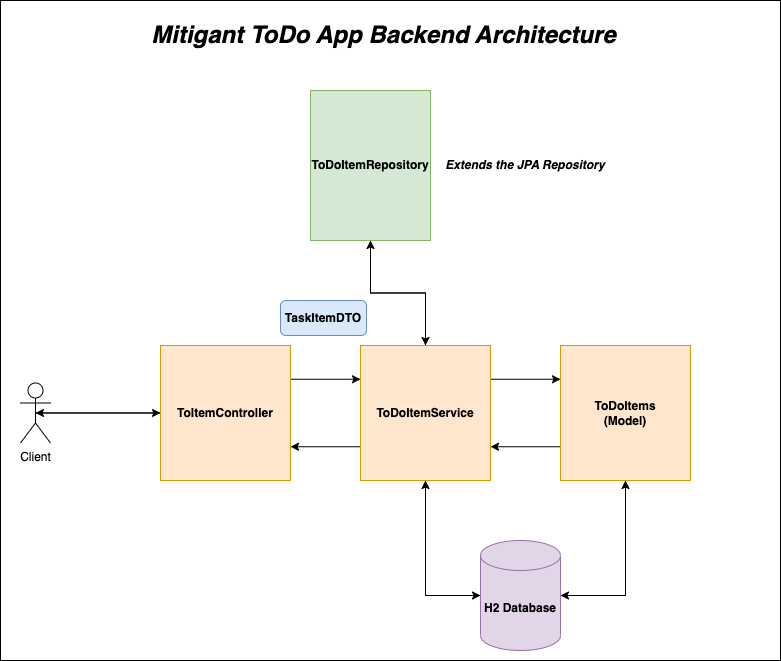
This is architecture.png from shivudu1994/simple-todo-app, a draw.io export, as it was before one commit. Source tidied: cells renumbered, new cells last; positions are measured from the earlier drawing's top-left corner, leaving out a move shared by most shapes. Source of this version:
```xml
<mxGraphModel>
  <root>
    <mxCell id="0" />
    <mxCell id="1" parent="0" />
    <mxCell id="2" style="rounded=0;whiteSpace=wrap;html=1;" parent="1" vertex="1">
      <mxGeometry width="780" height="660" as="geometry" />
    </mxCell>
    <mxCell id="3" style="edgeStyle=orthogonalEdgeStyle;rounded=0;jettySize=auto;html=1;exitX=0.5;exitY=0.5;exitDx=0;exitDy=0;exitPerimeter=0;entryX=0;entryY=0.5;entryDx=0;entryDy=0;" parent="1" edge="1" source="4" target="7">
      <mxGeometry relative="1" as="geometry" />
    </mxCell>
    <mxCell id="4" value="Client" style="shape=umlActor;verticalLabelPosition=bottom;verticalAlign=top;html=1;outlineConnect=0;" parent="1" vertex="1">
      <mxGeometry x="20" y="382.5" width="30" height="60" as="geometry" />
    </mxCell>
    <mxCell id="5" style="edgeStyle=orthogonalEdgeStyle;rounded=0;jettySize=auto;html=1;exitX=1;exitY=0.25;exitDx=0;exitDy=0;entryX=0;entryY=0.25;entryDx=0;entryDy=0;" parent="1" edge="1" source="7" target="12">
      <mxGeometry relative="1" as="geometry" />
    </mxCell>
    <mxCell id="6" style="edgeStyle=orthogonalEdgeStyle;rounded=0;jettySize=auto;html=1;exitX=0;exitY=0.5;exitDx=0;exitDy=0;entryX=0.5;entryY=0.5;entryDx=0;entryDy=0;entryPerimeter=0;" parent="1" edge="1" source="7" target="4">
      <mxGeometry relative="1" as="geometry" />
    </mxCell>
    <mxCell id="7" value="&lt;b&gt;ToItemController&lt;/b&gt;" style="rounded=0;whiteSpace=wrap;html=1;fillColor=#ffe6cc;strokeColor=#d79b00;" parent="1" vertex="1">
      <mxGeometry x="160" y="345" width="130" height="135" as="geometry" />
    </mxCell>
    <mxCell id="8" style="edgeStyle=orthogonalEdgeStyle;rounded=0;jettySize=auto;html=1;exitX=0.5;exitY=1;exitDx=0;exitDy=0;entryX=0;entryY=0.5;entryDx=0;entryDy=0;entryPerimeter=0;" parent="1" edge="1" source="12" target="18">
      <mxGeometry relative="1" as="geometry" />
    </mxCell>
    <mxCell id="9" style="edgeStyle=orthogonalEdgeStyle;rounded=0;jettySize=auto;html=1;exitX=1;exitY=0.25;exitDx=0;exitDy=0;entryX=0;entryY=0.25;entryDx=0;entryDy=0;" parent="1" edge="1" source="12" target="15">
      <mxGeometry relative="1" as="geometry" />
    </mxCell>
    <mxCell id="10" style="edgeStyle=orthogonalEdgeStyle;rounded=0;jettySize=auto;html=1;exitX=0;exitY=0.75;exitDx=0;exitDy=0;entryX=1;entryY=0.75;entryDx=0;entryDy=0;" parent="1" edge="1" source="12" target="7">
      <mxGeometry relative="1" as="geometry" />
    </mxCell>
    <mxCell id="11" style="edgeStyle=orthogonalEdgeStyle;rounded=0;jettySize=auto;html=1;exitX=0.5;exitY=0;exitDx=0;exitDy=0;entryX=0.5;entryY=1;entryDx=0;entryDy=0;" parent="1" edge="1" source="12" target="20">
      <mxGeometry relative="1" as="geometry" />
    </mxCell>
    <mxCell id="12" value="&lt;b&gt;ToDoItemService&lt;/b&gt;" style="rounded=0;whiteSpace=wrap;html=1;fillColor=#ffe6cc;strokeColor=#d79b00;" parent="1" vertex="1">
      <mxGeometry x="360" y="345" width="130" height="135" as="geometry" />
    </mxCell>
    <mxCell id="13" style="edgeStyle=orthogonalEdgeStyle;rounded=0;jettySize=auto;html=1;exitX=0.5;exitY=1;exitDx=0;exitDy=0;entryX=1;entryY=0.5;entryDx=0;entryDy=0;entryPerimeter=0;" parent="1" edge="1" source="15" target="18">
      <mxGeometry relative="1" as="geometry" />
    </mxCell>
    <mxCell id="14" style="edgeStyle=orthogonalEdgeStyle;rounded=0;jettySize=auto;html=1;exitX=0;exitY=0.75;exitDx=0;exitDy=0;entryX=1;entryY=0.75;entryDx=0;entryDy=0;" parent="1" edge="1" source="15" target="12">
      <mxGeometry relative="1" as="geometry" />
    </mxCell>
    <mxCell id="15" value="&lt;b&gt;ToDoItems&lt;br&gt;(Model)&lt;/b&gt;" style="rounded=0;whiteSpace=wrap;html=1;fillColor=#ffe6cc;strokeColor=#d79b00;" parent="1" vertex="1">
      <mxGeometry x="560" y="345" width="130" height="135" as="geometry" />
    </mxCell>
    <mxCell id="16" style="edgeStyle=orthogonalEdgeStyle;rounded=0;jettySize=auto;html=1;exitX=1;exitY=0.5;exitDx=0;exitDy=0;exitPerimeter=0;" parent="1" edge="1" source="18" target="15">
      <mxGeometry relative="1" as="geometry" />
    </mxCell>
    <mxCell id="17" style="edgeStyle=orthogonalEdgeStyle;rounded=0;jettySize=auto;html=1;exitX=0;exitY=0.5;exitDx=0;exitDy=0;exitPerimeter=0;entryX=0.5;entryY=1;entryDx=0;entryDy=0;" parent="1" edge="1" source="18" target="12">
      <mxGeometry relative="1" as="geometry" />
    </mxCell>
    <mxCell id="18" value="&lt;b&gt;H2 Database&lt;/b&gt;" style="shape=cylinder3;whiteSpace=wrap;html=1;boundedLbl=1;backgroundOutline=1;size=15;fillColor=#e1d5e7;strokeColor=#9673a6;" parent="1" vertex="1">
      <mxGeometry x="480" y="540" width="80" height="110" as="geometry" />
    </mxCell>
    <mxCell id="19" style="edgeStyle=orthogonalEdgeStyle;rounded=0;jettySize=auto;html=1;exitX=0.5;exitY=1;exitDx=0;exitDy=0;entryX=0.5;entryY=0;entryDx=0;entryDy=0;" parent="1" edge="1" source="20" target="12">
      <mxGeometry relative="1" as="geometry" />
    </mxCell>
    <mxCell id="20" value="&lt;b&gt;ToDoItemRepository&lt;/b&gt;" style="rounded=0;whiteSpace=wrap;html=1;fillColor=#d5e8d4;strokeColor=#82b366;" parent="1" vertex="1">
      <mxGeometry x="310" y="90" width="120" height="150" as="geometry" />
    </mxCell>
    <mxCell id="21" value="&lt;b&gt;TaskItemDTO&lt;/b&gt;" style="rounded=1;whiteSpace=wrap;html=1;fillColor=#dae8fc;strokeColor=#6c8ebf;" parent="1" vertex="1">
      <mxGeometry x="280" y="300" width="86" height="35" as="geometry" />
    </mxCell>
    <mxCell id="22" value="&lt;b&gt;&lt;i&gt;Extends the JPA Repository&lt;/i&gt;&lt;/b&gt;" style="text;html=1;strokeColor=none;fillColor=none;align=center;verticalAlign=middle;whiteSpace=wrap;rounded=0;" parent="1" vertex="1">
      <mxGeometry x="440" y="150" width="170" height="30" as="geometry" />
    </mxCell>
    <mxCell id="23" value="&lt;h1&gt;&lt;b&gt;&lt;i&gt;Mitigant ToDo App Backend Architecture&lt;/i&gt;&lt;/b&gt;&lt;/h1&gt;" style="text;html=1;strokeColor=none;fillColor=none;align=center;verticalAlign=middle;whiteSpace=wrap;rounded=0;" parent="1" vertex="1">
      <mxGeometry x="133" y="20" width="501" height="30" as="geometry" />
    </mxCell>
  </root>
</mxGraphModel>
```
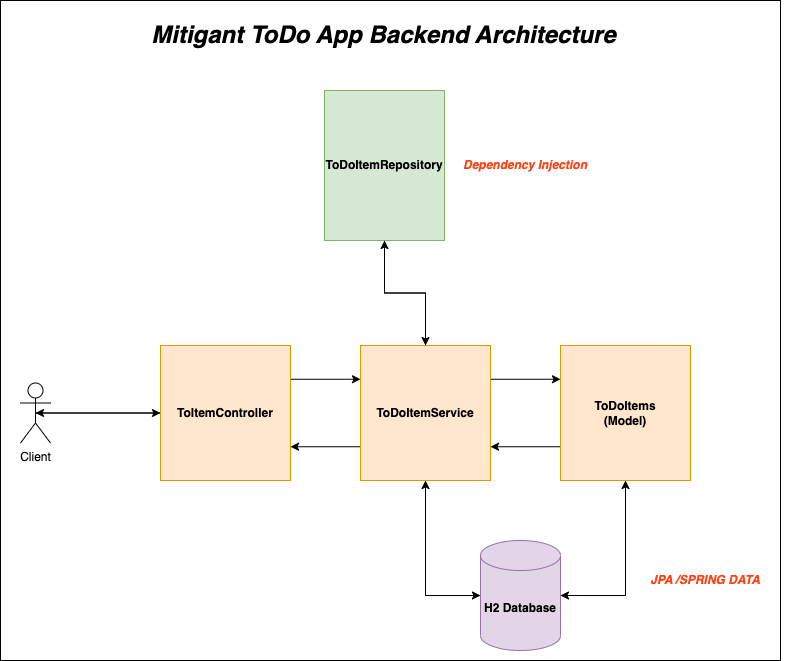
Above is the later version.

What changed in the source:
```diff
@@ -57,16 +57,16 @@
       <mxGeometry relative="1" as="geometry" />
     </mxCell>
     <mxCell id="20" value="&lt;b&gt;ToDoItemRepository&lt;/b&gt;" style="rounded=0;whiteSpace=wrap;html=1;fillColor=#d5e8d4;strokeColor=#82b366;" parent="1" vertex="1">
-      <mxGeometry x="310" y="90" width="120" height="150" as="geometry" />
+      <mxGeometry x="324" y="90" width="120" height="150" as="geometry" />
     </mxCell>
-    <mxCell id="21" value="&lt;b&gt;TaskItemDTO&lt;/b&gt;" style="rounded=1;whiteSpace=wrap;html=1;fillColor=#dae8fc;strokeColor=#6c8ebf;" parent="1" vertex="1">
-      <mxGeometry x="280" y="300" width="86" height="35" as="geometry" />
-    </mxCell>
-    <mxCell id="22" value="&lt;b&gt;&lt;i&gt;Extends the JPA Repository&lt;/i&gt;&lt;/b&gt;" style="text;html=1;strokeColor=none;fillColor=none;align=center;verticalAlign=middle;whiteSpace=wrap;rounded=0;" parent="1" vertex="1">
+    <mxCell id="22" value="&lt;b&gt;&lt;i&gt;&lt;font color=&quot;#ff4314&quot;&gt;Dependency Injection&lt;/font&gt;&lt;/i&gt;&lt;/b&gt;" style="text;html=1;strokeColor=none;fillColor=none;align=center;verticalAlign=middle;whiteSpace=wrap;rounded=0;" parent="1" vertex="1">
       <mxGeometry x="440" y="150" width="170" height="30" as="geometry" />
     </mxCell>
     <mxCell id="23" value="&lt;h1&gt;&lt;b&gt;&lt;i&gt;Mitigant ToDo App Backend Architecture&lt;/i&gt;&lt;/b&gt;&lt;/h1&gt;" style="text;html=1;strokeColor=none;fillColor=none;align=center;verticalAlign=middle;whiteSpace=wrap;rounded=0;" parent="1" vertex="1">
       <mxGeometry x="133" y="20" width="501" height="30" as="geometry" />
     </mxCell>
+    <mxCell id="24" value="&lt;b&gt;&lt;i&gt;&lt;font color=&quot;#ff4314&quot;&gt;JPA /SPRING DATA&lt;/font&gt;&lt;/i&gt;&lt;/b&gt;" style="text;html=1;strokeColor=none;fillColor=none;align=center;verticalAlign=middle;whiteSpace=wrap;rounded=0;" parent="1" vertex="1">
+      <mxGeometry x="620" y="565" width="170" height="30" as="geometry" />
+    </mxCell>
   </root>
 </mxGraphModel>
```
